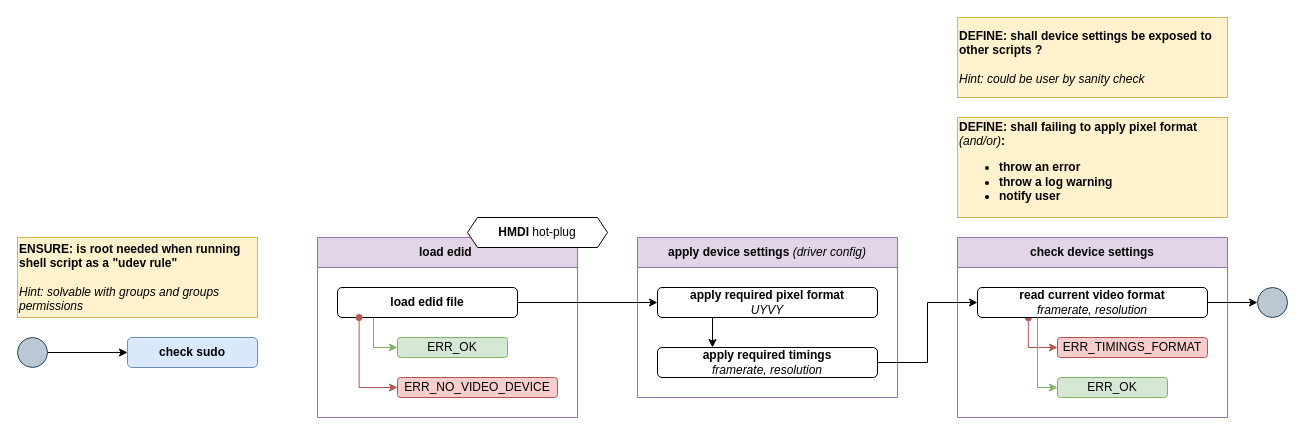
This is page "init" (4 of 8) of docs/arch/arch.drawio from repeact/embedded-sw, a draw.io file, before an edit. Source tidied: cells renumbered, new cells numbered last; positions are measured from the earlier drawing's top-left corner, leaving out a move shared by most shapes. Both pictures are drawn from the tidied source at 100%, with x=0, y=0 at pixel (17, 17).
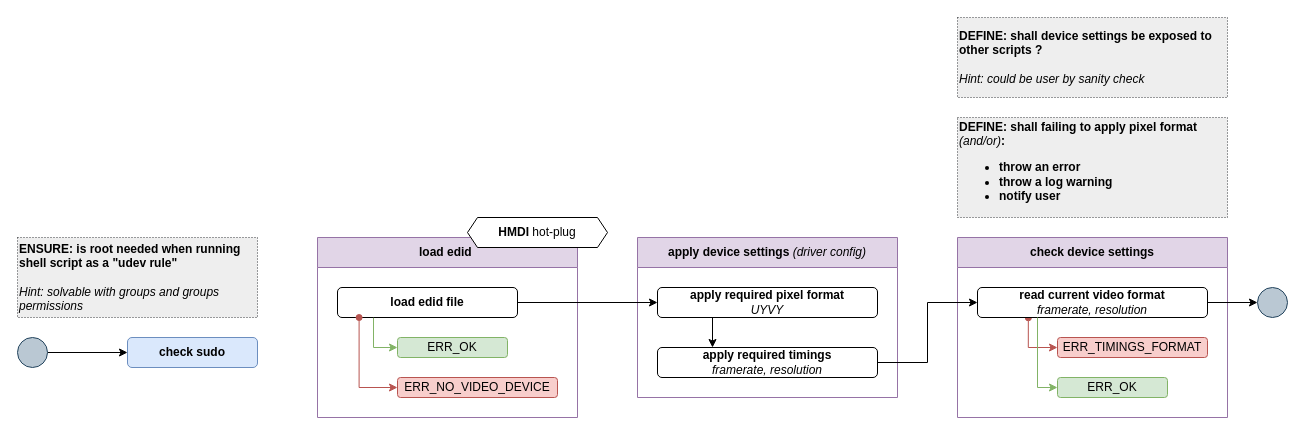
The same page after the edit.

Commit message (it also covers changes not shown here):
docs: update diagrams to match new todos legend format

Diff of the diagram source:
```diff
@@
-    <mxCell id="20" value="ENSURE: is root needed when running shell script as a &quot;udev rule&quot;&lt;div style=&quot;&quot;&gt;&lt;br&gt;&lt;/div&gt;&lt;div style=&quot;&quot;&gt;&lt;span style=&quot;font-weight: normal;&quot;&gt;&lt;i&gt;Hint: solvable with groups and groups permissions&lt;/i&gt;&lt;/span&gt;&lt;/div&gt;" style="rounded=0;whiteSpace=wrap;html=1;fillColor=#fff2cc;strokeColor=#d6b656;fontStyle=1;align=left;" parent="1" vertex="1">
+    <mxCell id="20" value="ENSURE: is root needed when running shell script as a &quot;udev rule&quot;&lt;div style=&quot;&quot;&gt;&lt;br&gt;&lt;/div&gt;&lt;div style=&quot;&quot;&gt;&lt;span style=&quot;font-weight: normal;&quot;&gt;&lt;i&gt;Hint: solvable with groups and groups permissions&lt;/i&gt;&lt;/span&gt;&lt;/div&gt;" style="rounded=0;whiteSpace=wrap;html=1;fillColor=#eeeeee;strokeColor=#36393d;fontStyle=1;align=left;dashed=1;dashPattern=1 2;" parent="1" vertex="1">
       <mxGeometry y="220" width="240" height="80" as="geometry" />
     </mxCell>
@@
-    <mxCell id="22" value="DEFINE: shall failing to apply pixel format &lt;span style=&quot;font-weight: normal;&quot;&gt;&lt;i&gt;(and/or)&lt;/i&gt;&lt;/span&gt;:&lt;div&gt;&lt;ul&gt;&lt;li&gt;throw an error&lt;/li&gt;&lt;li&gt;throw a log warning&lt;/li&gt;&lt;li&gt;notify user&lt;/li&gt;&lt;/ul&gt;&lt;/div&gt;" style="rounded=0;whiteSpace=wrap;html=1;fillColor=#fff2cc;strokeColor=#d6b656;fontStyle=1;align=left;" parent="1" vertex="1">
+    <mxCell id="22" value="DEFINE: shall failing to apply pixel format &lt;span style=&quot;font-weight: normal;&quot;&gt;&lt;i&gt;(and/or)&lt;/i&gt;&lt;/span&gt;:&lt;div&gt;&lt;ul&gt;&lt;li&gt;throw an error&lt;/li&gt;&lt;li&gt;throw a log warning&lt;/li&gt;&lt;li&gt;notify user&lt;/li&gt;&lt;/ul&gt;&lt;/div&gt;" style="rounded=0;whiteSpace=wrap;html=1;fillColor=#eeeeee;strokeColor=#36393d;fontStyle=1;align=left;dashed=1;dashPattern=1 2;" parent="1" vertex="1">
       <mxGeometry x="940" y="100" width="270" height="100" as="geometry" />
     </mxCell>
-    <mxCell id="23" value="DEFINE: shall device settings be exposed to other scripts ?&lt;div&gt;&lt;br&gt;&lt;/div&gt;&lt;div&gt;&lt;span style=&quot;font-weight: normal;&quot;&gt;&lt;i&gt;Hint: could be user by sanity check&lt;/i&gt;&lt;/span&gt;&lt;/div&gt;" style="rounded=0;whiteSpace=wrap;html=1;fillColor=#fff2cc;strokeColor=#d6b656;fontStyle=1;align=left;" parent="1" vertex="1">
+    <mxCell id="23" value="DEFINE: shall device settings be exposed to other scripts ?&lt;div&gt;&lt;br&gt;&lt;/div&gt;&lt;div&gt;&lt;span style=&quot;font-weight: normal;&quot;&gt;&lt;i&gt;Hint: could be user by sanity check&lt;/i&gt;&lt;/span&gt;&lt;/div&gt;" style="rounded=0;whiteSpace=wrap;html=1;fillColor=#eeeeee;strokeColor=#36393d;fontStyle=1;align=left;dashed=1;dashPattern=1 2;" parent="1" vertex="1">
       <mxGeometry x="940" width="270" height="80" as="geometry" />
     </mxCell>
```
